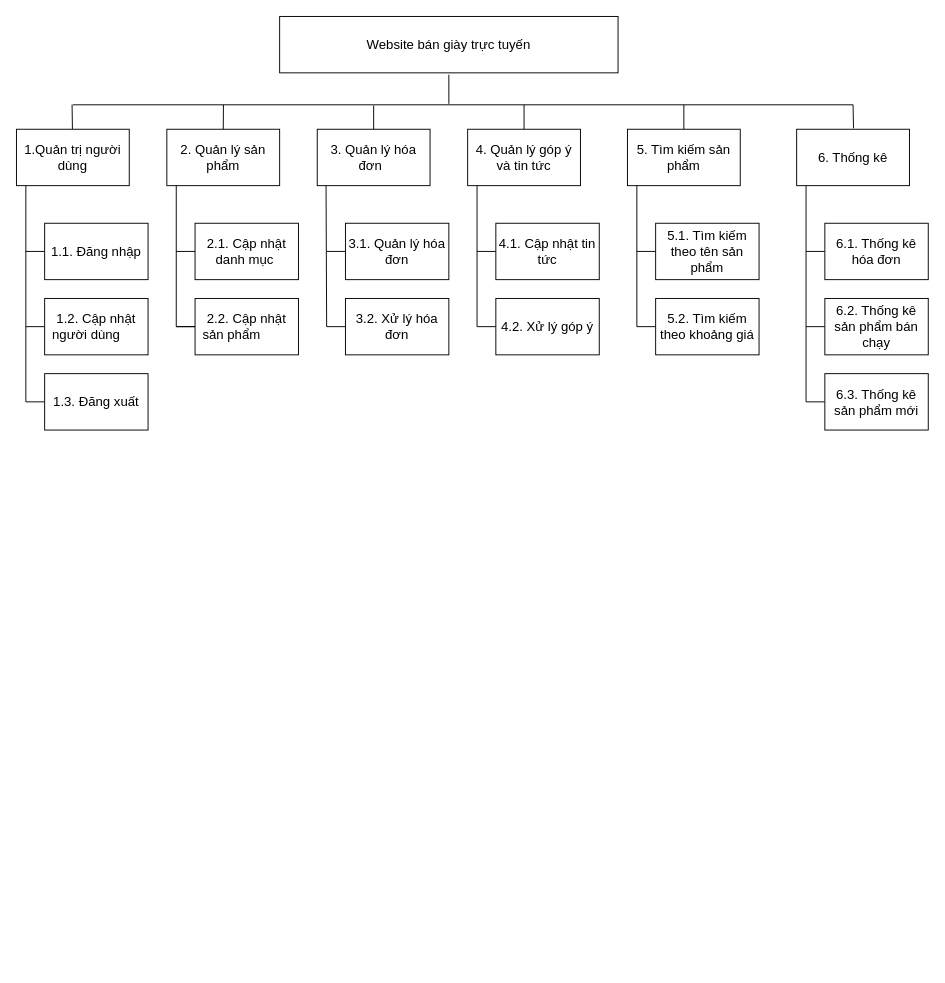
The draw.io diagram page "biểu đồ phân cấp chức năng" (2 of 4) of bai3.drawio in Clow295/Clow295, before the edit. Source tidied: cells renumbered, new cells numbered last; positions are measured from the earlier drawing's top-left corner, leaving out a move shared by most shapes. Both pictures are drawn from the tidied source at 94%, with x=0, y=0 at pixel (16, 16).
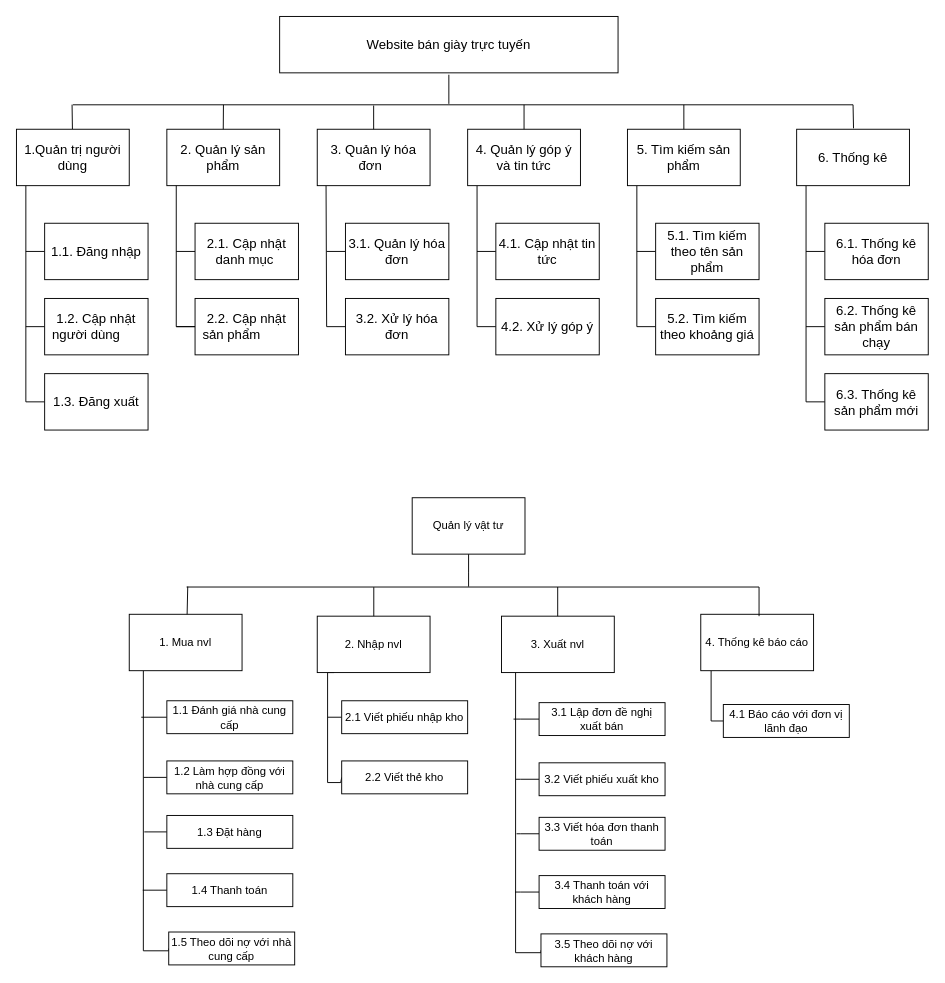
Above is the later version.

Diff of the diagram source:
```diff
@@
+    <mxCell id="46" style="edgeStyle=orthogonalEdgeStyle;rounded=0;jettySize=auto;html=1;entryX=0;entryY=0.5;entryDx=0;entryDy=0;endArrow=none;endFill=0;" parent="1" edge="1" source="47" target="62">
+      <mxGeometry relative="1" as="geometry">
+        <Array as="points">
+          <mxPoint x="135" y="994" />
+          <mxPoint x="162" y="994" />
+        </Array>
+      </mxGeometry>
+    </mxCell>
+    <mxCell id="47" value="1. Mua nvl" style="rounded=0;whiteSpace=wrap;html=1;" parent="1" vertex="1">
+      <mxGeometry x="120" y="636" width="120" height="60" as="geometry" />
+    </mxCell>
+    <mxCell id="48" style="edgeStyle=orthogonalEdgeStyle;rounded=0;jettySize=auto;html=1;endArrow=none;endFill=0;" parent="1" edge="1" source="49">
+      <mxGeometry relative="1" as="geometry">
+        <mxPoint x="481" y="606.6" as="targetPoint" />
+      </mxGeometry>
+    </mxCell>
+    <mxCell id="49" value="Quản lý vật tư" style="rounded=0;whiteSpace=wrap;html=1;" parent="1" vertex="1">
+      <mxGeometry x="421" y="512" width="120" height="60" as="geometry" />
+    </mxCell>
+    <mxCell id="50" style="edgeStyle=orthogonalEdgeStyle;rounded=0;jettySize=auto;html=1;entryX=0;entryY=0.5;entryDx=0;entryDy=0;endArrow=none;endFill=0;" parent="1" edge="1" target="63">
+      <mxGeometry relative="1" as="geometry">
+        <mxPoint x="338" y="698" as="sourcePoint" />
+        <Array as="points">
+          <mxPoint x="331" y="698" />
+          <mxPoint x="331" y="815" />
+          <mxPoint x="345" y="815" />
+        </Array>
+      </mxGeometry>
+    </mxCell>
+    <mxCell id="51" value="2. Nhập nvl" style="rounded=0;whiteSpace=wrap;html=1;" parent="1" vertex="1">
+      <mxGeometry x="320" y="638" width="120" height="60" as="geometry" />
+    </mxCell>
+    <mxCell id="52" style="edgeStyle=orthogonalEdgeStyle;rounded=0;jettySize=auto;html=1;entryX=0;entryY=0.5;entryDx=0;entryDy=0;endArrow=none;endFill=0;" parent="1" edge="1" source="53" target="77">
+      <mxGeometry relative="1" as="geometry">
+        <Array as="points">
+          <mxPoint x="739" y="750" />
+        </Array>
+      </mxGeometry>
+    </mxCell>
+    <mxCell id="53" value="4. Thống kê báo cáo" style="rounded=0;whiteSpace=wrap;html=1;" parent="1" vertex="1">
+      <mxGeometry x="728" y="636" width="120" height="60" as="geometry" />
+    </mxCell>
+    <mxCell id="54" style="edgeStyle=orthogonalEdgeStyle;rounded=0;jettySize=auto;html=1;endArrow=none;endFill=0;" parent="1" edge="1" source="55">
+      <mxGeometry relative="1" as="geometry">
+        <mxPoint x="132.8" y="745.5" as="targetPoint" />
+      </mxGeometry>
+    </mxCell>
+    <mxCell id="55" value="1.1 Đánh giá nhà cung cấp" style="rounded=0;whiteSpace=wrap;html=1;" parent="1" vertex="1">
+      <mxGeometry x="160" y="728" width="134" height="35" as="geometry" />
+    </mxCell>
+    <mxCell id="56" style="edgeStyle=orthogonalEdgeStyle;rounded=0;jettySize=auto;html=1;endArrow=none;endFill=0;" parent="1" edge="1" source="57">
+      <mxGeometry relative="1" as="geometry">
+        <mxPoint x="135.2" y="809.5" as="targetPoint" />
+      </mxGeometry>
+    </mxCell>
+    <mxCell id="57" value="1.2 Làm hợp đồng với nhà cung cấp" style="rounded=0;whiteSpace=wrap;html=1;" parent="1" vertex="1">
+      <mxGeometry x="160" y="792" width="134" height="35" as="geometry" />
+    </mxCell>
+    <mxCell id="58" style="edgeStyle=orthogonalEdgeStyle;rounded=0;jettySize=auto;html=1;endArrow=none;endFill=0;" parent="1" edge="1" source="59">
+      <mxGeometry relative="1" as="geometry">
+        <mxPoint x="136" y="867.5" as="targetPoint" />
+      </mxGeometry>
+    </mxCell>
+    <mxCell id="59" value="1.3 Đặt hàng" style="rounded=0;whiteSpace=wrap;html=1;" parent="1" vertex="1">
+      <mxGeometry x="160" y="850" width="134" height="35" as="geometry" />
+    </mxCell>
+    <mxCell id="60" style="edgeStyle=orthogonalEdgeStyle;rounded=0;jettySize=auto;html=1;endArrow=none;endFill=0;" parent="1" edge="1" source="61">
+      <mxGeometry relative="1" as="geometry">
+        <mxPoint x="134.4" y="929.5" as="targetPoint" />
+      </mxGeometry>
+    </mxCell>
+    <mxCell id="61" value="1.4 Thanh toán" style="rounded=0;whiteSpace=wrap;html=1;" parent="1" vertex="1">
+      <mxGeometry x="160" y="912" width="134" height="35" as="geometry" />
+    </mxCell>
+    <mxCell id="62" value="1.5 Theo dõi nợ với nhà cung cấp" style="rounded=0;whiteSpace=wrap;html=1;" parent="1" vertex="1">
+      <mxGeometry x="162" y="974" width="134" height="35" as="geometry" />
+    </mxCell>
+    <mxCell id="63" value="2.2 Viết thẻ kho" style="rounded=0;whiteSpace=wrap;html=1;" parent="1" vertex="1">
+      <mxGeometry x="346" y="792" width="134" height="35" as="geometry" />
+    </mxCell>
+    <mxCell id="64" style="edgeStyle=orthogonalEdgeStyle;rounded=0;jettySize=auto;html=1;endArrow=none;endFill=0;" parent="1" edge="1" source="65">
+      <mxGeometry relative="1" as="geometry">
+        <mxPoint x="331.2" y="745.5" as="targetPoint" />
+        <Array as="points">
+          <mxPoint x="331" y="746" />
+          <mxPoint x="331" y="746" />
+        </Array>
+      </mxGeometry>
+    </mxCell>
+    <mxCell id="65" value="2.1 Viết phiếu nhập kho" style="rounded=0;whiteSpace=wrap;html=1;" parent="1" vertex="1">
+      <mxGeometry x="346" y="728" width="134" height="35" as="geometry" />
+    </mxCell>
+    <mxCell id="66" style="edgeStyle=orthogonalEdgeStyle;rounded=0;jettySize=auto;html=1;entryX=0;entryY=0.5;entryDx=0;entryDy=0;endArrow=none;endFill=0;" parent="1" edge="1" source="67" target="76">
+      <mxGeometry relative="1" as="geometry">
+        <Array as="points">
+          <mxPoint x="531" y="996" />
+          <mxPoint x="558" y="996" />
+        </Array>
+      </mxGeometry>
+    </mxCell>
+    <mxCell id="67" value="3. Xuất nvl" style="rounded=0;whiteSpace=wrap;html=1;" parent="1" vertex="1">
+      <mxGeometry x="516" y="638" width="120" height="60" as="geometry" />
+    </mxCell>
+    <mxCell id="68" style="edgeStyle=orthogonalEdgeStyle;rounded=0;jettySize=auto;html=1;endArrow=none;endFill=0;" parent="1" edge="1" source="69">
+      <mxGeometry relative="1" as="geometry">
+        <mxPoint x="528.8" y="747.5" as="targetPoint" />
+      </mxGeometry>
+    </mxCell>
+    <mxCell id="69" value="3.1 Lập đơn đề nghị xuất bán" style="rounded=0;whiteSpace=wrap;html=1;" parent="1" vertex="1">
+      <mxGeometry x="556" y="730" width="134" height="35" as="geometry" />
+    </mxCell>
+    <mxCell id="70" style="edgeStyle=orthogonalEdgeStyle;rounded=0;jettySize=auto;html=1;endArrow=none;endFill=0;" parent="1" edge="1" source="71">
+      <mxGeometry relative="1" as="geometry">
+        <mxPoint x="531.2" y="811.5" as="targetPoint" />
+      </mxGeometry>
+    </mxCell>
+    <mxCell id="71" value="3.2 Viết phiếu xuất kho" style="rounded=0;whiteSpace=wrap;html=1;" parent="1" vertex="1">
+      <mxGeometry x="556" y="794" width="134" height="35" as="geometry" />
+    </mxCell>
+    <mxCell id="72" style="edgeStyle=orthogonalEdgeStyle;rounded=0;jettySize=auto;html=1;endArrow=none;endFill=0;" parent="1" edge="1" source="73">
+      <mxGeometry relative="1" as="geometry">
+        <mxPoint x="532" y="869.5" as="targetPoint" />
+      </mxGeometry>
+    </mxCell>
+    <mxCell id="73" value="3.3 Viết hóa đơn thanh toán" style="rounded=0;whiteSpace=wrap;html=1;" parent="1" vertex="1">
+      <mxGeometry x="556" y="852" width="134" height="35" as="geometry" />
+    </mxCell>
+    <mxCell id="74" style="edgeStyle=orthogonalEdgeStyle;rounded=0;jettySize=auto;html=1;endArrow=none;endFill=0;" parent="1" edge="1" source="75">
+      <mxGeometry relative="1" as="geometry">
+        <mxPoint x="530.4" y="931.5" as="targetPoint" />
+      </mxGeometry>
+    </mxCell>
+    <mxCell id="75" value="3.4 Thanh toán với khách hàng" style="rounded=0;whiteSpace=wrap;html=1;" parent="1" vertex="1">
+      <mxGeometry x="556" y="914" width="134" height="35" as="geometry" />
+    </mxCell>
+    <mxCell id="76" value="3.5 Theo dõi nợ với khách hàng" style="rounded=0;whiteSpace=wrap;html=1;" parent="1" vertex="1">
+      <mxGeometry x="558" y="976" width="134" height="35" as="geometry" />
+    </mxCell>
+    <mxCell id="77" value="4.1 Báo cáo với đơn vị lãnh đạo" style="rounded=0;whiteSpace=wrap;html=1;" parent="1" vertex="1">
+      <mxGeometry x="752" y="732" width="134" height="35" as="geometry" />
+    </mxCell>
+    <mxCell id="78" style="edgeStyle=orthogonalEdgeStyle;rounded=0;jettySize=auto;html=1;entryX=0.513;entryY=0;entryDx=0;entryDy=0;exitX=0.002;exitY=0.442;exitDx=0;exitDy=0;exitPerimeter=0;endArrow=none;endFill=0;entryPerimeter=0;" parent="1" edge="1" source="79" target="47">
+      <mxGeometry relative="1" as="geometry">
+        <Array as="points">
+          <mxPoint x="181" y="607" />
+          <mxPoint x="181" y="636" />
+        </Array>
+      </mxGeometry>
+    </mxCell>
+    <mxCell id="79" style="line;strokeWidth=1;fillColor=none;align=left;verticalAlign=middle;spacingTop=-1;spacingLeft=3;spacingRight=3;labelPosition=right;points=[];portConstraint=eastwest;strokeColor=inherit;" parent="1" vertex="1">
+      <mxGeometry x="181" y="603" width="609" height="8" as="geometry" />
+    </mxCell>
+    <mxCell id="80" style="edgeStyle=orthogonalEdgeStyle;rounded=0;jettySize=auto;html=1;entryX=0.327;entryY=0.52;entryDx=0;entryDy=0;entryPerimeter=0;endArrow=none;endFill=0;" parent="1" edge="1" source="51" target="79">
+      <mxGeometry relative="1" as="geometry">
+        <Array as="points">
+          <mxPoint x="380" y="607" />
+        </Array>
+      </mxGeometry>
+    </mxCell>
+    <mxCell id="81" style="edgeStyle=orthogonalEdgeStyle;rounded=0;orthogonalLoop=1;jettySize=auto;html=1;entryX=0.327;entryY=0.52;entryDx=0;entryDy=0;entryPerimeter=0;endArrow=none;endFill=0;" parent="1" edge="1">
+      <mxGeometry relative="1" as="geometry">
+        <mxPoint x="575.8" y="638" as="sourcePoint" />
+        <mxPoint x="575.8" y="607" as="targetPoint" />
+        <Array as="points">
+          <mxPoint x="575.8" y="607" />
+        </Array>
+      </mxGeometry>
+    </mxCell>
+    <mxCell id="82" style="edgeStyle=orthogonalEdgeStyle;rounded=0;orthogonalLoop=1;jettySize=auto;html=1;entryX=0.327;entryY=0.52;entryDx=0;entryDy=0;entryPerimeter=0;endArrow=none;endFill=0;" parent="1" edge="1">
+      <mxGeometry relative="1" as="geometry">
+        <mxPoint x="790" y="638" as="sourcePoint" />
+        <mxPoint x="790" y="607" as="targetPoint" />
+        <Array as="points">
+          <mxPoint x="790" y="607" />
+        </Array>
+      </mxGeometry>
+    </mxCell>
```
